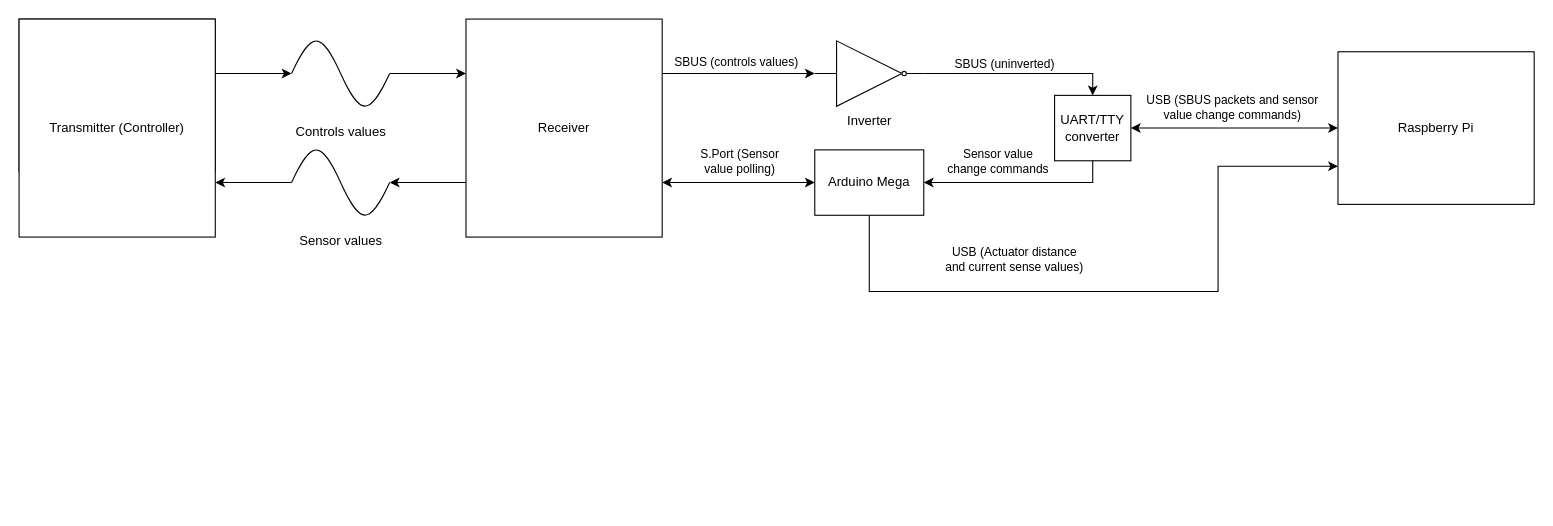
This is Radio_subsystem_diagram.drawio from vrr8483/P21321, a draw.io file, before an edit. Source tidied: cells renumbered, new cells numbered last; positions are measured from the earlier drawing's top-left corner, leaving out a move shared by most shapes. Both pictures are drawn from the tidied source at 109%, with x=0, y=0 at pixel (19, 19).
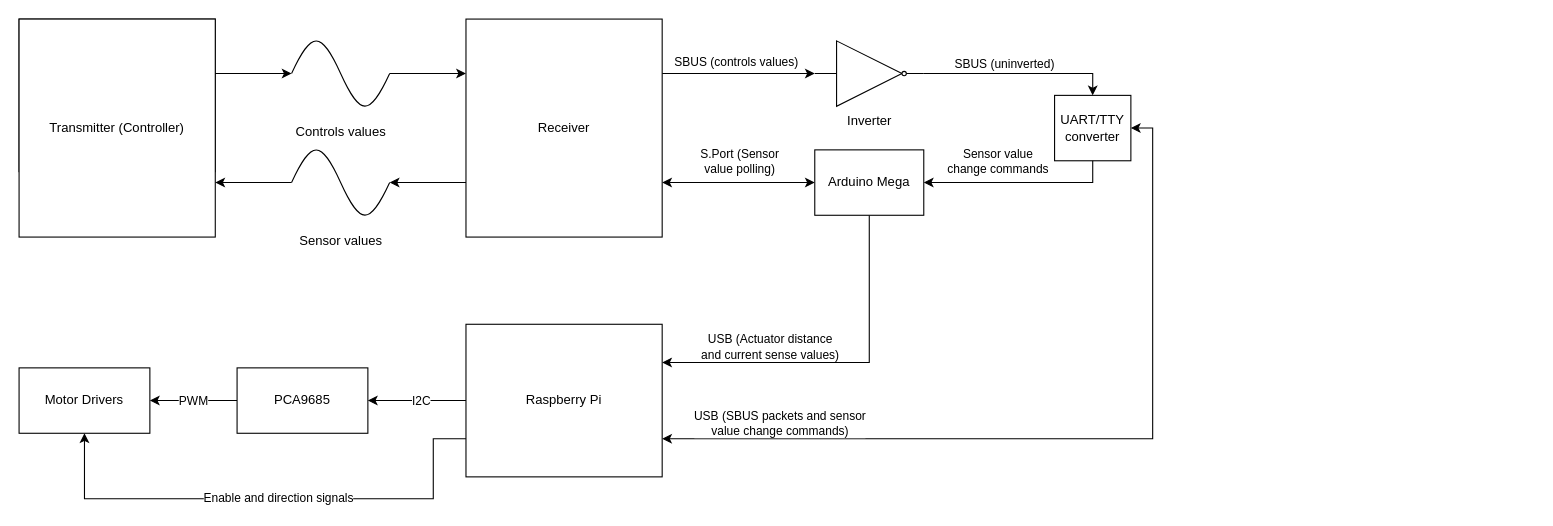
Above is the later version.

Unchanged cells that the change refers to:
```xml
<mxCell id="13" value="UART/TTY converter" style="rounded=0;whiteSpace=wrap;html=1;labelPosition=center;verticalLabelPosition=middle;align=center;verticalAlign=middle;" parent="1" vertex="1">
  <mxGeometry x="950" y="70" width="70" height="60" as="geometry" />
</mxCell>
<mxCell id="21" value="Arduino Mega" style="rounded=0;whiteSpace=wrap;html=1;labelPosition=center;verticalLabelPosition=middle;align=center;verticalAlign=middle;" parent="1" vertex="1">
  <mxGeometry x="730" y="120" width="100" height="60" as="geometry" />
</mxCell>
```

What changed in the source:
```diff
@@
-    <mxCell id="11" style="edgeStyle=orthogonalEdgeStyle;rounded=0;jettySize=auto;html=1;startArrow=classic;startFill=1;endArrow=classic;endFill=1;exitX=1;exitY=0.5;exitDx=0;exitDy=0;entryX=0;entryY=0.5;entryDx=0;entryDy=0;" parent="1" edge="1" source="13" target="22">
+    <mxCell id="11" style="edgeStyle=orthogonalEdgeStyle;rounded=0;jettySize=auto;html=1;startArrow=classic;startFill=1;endArrow=classic;endFill=1;exitX=1;exitY=0.5;exitDx=0;exitDy=0;entryX=1;entryY=0.75;entryDx=0;entryDy=0;" parent="1" edge="1" source="13" target="22">
       <mxGeometry relative="1" as="geometry" />
     </mxCell>
     <mxCell id="12" value="&lt;div&gt;USB (SBUS packets and sensor&lt;/div&gt;&lt;div&gt;value change commands)&lt;/div&gt;" style="edgeLabel;html=1;align=center;verticalAlign=middle;" parent="11" vertex="1">
       <mxGeometry x="0.2" y="-1" relative="1" as="geometry">
-        <mxPoint x="-22" y="-21" as="offset" />
+        <mxPoint x="-194.1" y="-14" as="offset" />
       </mxGeometry>
     </mxCell>
@@
-    <mxCell id="19" style="edgeStyle=orthogonalEdgeStyle;rounded=0;jettySize=auto;html=1;startArrow=none;startFill=0;endArrow=classic;endFill=1;entryX=0;entryY=0.75;entryDx=0;entryDy=0;exitX=0.5;exitY=1;exitDx=0;exitDy=0;" parent="1" edge="1" source="21" target="22">
+    <mxCell id="19" style="edgeStyle=orthogonalEdgeStyle;rounded=0;jettySize=auto;html=1;startArrow=none;startFill=0;endArrow=classic;endFill=1;entryX=1;entryY=0.25;entryDx=0;entryDy=0;exitX=0.5;exitY=1;exitDx=0;exitDy=0;" parent="1" edge="1" source="21" target="22">
       <mxGeometry relative="1" as="geometry">
         <Array as="points">
-          <mxPoint x="780" y="250" />
-          <mxPoint x="1100" y="250" />
-          <mxPoint x="1100" y="135" />
+          <mxPoint x="780" y="315" />
         </Array>
       </mxGeometry>
     </mxCell>
     <mxCell id="20" value="&lt;div&gt;USB (Actuator distance&lt;/div&gt;&lt;div&gt;and current sense values)&lt;/div&gt;" style="edgeLabel;html=1;align=center;verticalAlign=middle;" parent="19" vertex="1">
       <mxGeometry x="0.06" relative="1" as="geometry">
-        <mxPoint x="-124" y="-30" as="offset" />
+        <mxPoint x="-54.1" y="-15" as="offset" />
       </mxGeometry>
     </mxCell>
@@
+    <mxCell id="27" style="edgeStyle=orthogonalEdgeStyle;rounded=0;jettySize=auto;html=1;startArrow=none;startFill=0;endArrow=classic;endFill=1;" parent="1" edge="1" source="22" target="33">
+      <mxGeometry relative="1" as="geometry" />
+    </mxCell>
+    <mxCell id="28" value="I2C" style="edgeLabel;html=1;align=center;verticalAlign=middle;" parent="27" vertex="1">
+      <mxGeometry x="-0.28" y="1" relative="1" as="geometry">
+        <mxPoint x="-10" y="-1" as="offset" />
+      </mxGeometry>
+    </mxCell>
+    <mxCell id="29" style="edgeStyle=orthogonalEdgeStyle;rounded=0;jettySize=auto;html=1;exitX=0;exitY=0.75;exitDx=0;exitDy=0;entryX=0.5;entryY=1;entryDx=0;entryDy=0;startArrow=none;startFill=0;endArrow=classic;endFill=1;" parent="1" edge="1" source="22" target="34">
+      <mxGeometry relative="1" as="geometry">
+        <Array as="points">
+          <mxPoint x="380" y="385" />
+          <mxPoint x="380" y="440" />
+          <mxPoint x="60" y="440" />
+        </Array>
+      </mxGeometry>
+    </mxCell>
+    <mxCell id="30" value="Enable and direction signals" style="edgeLabel;html=1;align=center;verticalAlign=middle;" parent="29" vertex="1">
+      <mxGeometry x="-0.02" y="-1" relative="1" as="geometry" />
+    </mxCell>
     <mxCell id="22" value="Raspberry Pi" style="rounded=0;whiteSpace=wrap;html=1;labelPosition=center;verticalLabelPosition=middle;align=center;verticalAlign=middle;" parent="1" vertex="1">
-      <mxGeometry x="1210" y="30" width="180" height="140" as="geometry" />
+      <mxGeometry x="410" y="280" width="180" height="140" as="geometry" />
     </mxCell>
@@
+    <mxCell id="31" style="edgeStyle=orthogonalEdgeStyle;rounded=0;jettySize=auto;html=1;startArrow=none;startFill=0;endArrow=classic;endFill=1;" parent="1" edge="1" source="33" target="34">
+      <mxGeometry relative="1" as="geometry" />
+    </mxCell>
+    <mxCell id="32" value="PWM" style="edgeLabel;html=1;align=center;verticalAlign=middle;" parent="31" vertex="1">
+      <mxGeometry x="-0.21" y="-2" relative="1" as="geometry">
+        <mxPoint x="-8.7" y="2" as="offset" />
+      </mxGeometry>
+    </mxCell>
+    <mxCell id="33" value="PCA9685" style="whiteSpace=wrap;html=1;rounded=0;" parent="1" vertex="1">
+      <mxGeometry x="200" y="320" width="120" height="60" as="geometry" />
+    </mxCell>
+    <mxCell id="34" value="Motor Drivers" style="whiteSpace=wrap;html=1;rounded=0;" parent="1" vertex="1">
+      <mxGeometry y="320" width="120" height="60" as="geometry" />
+    </mxCell>
```
